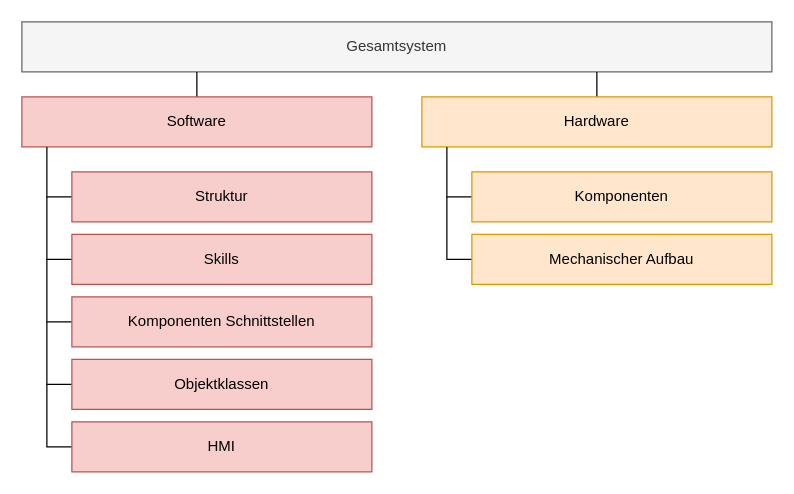
MrZabalu/MasterThesis keeps this draw.io diagram as 03_Planung/01_Arbeitspakete/Arbeitspakete.drawio. Above is the earlier version. Source tidied: cells renumbered, new cells numbered last; positions are measured from the earlier drawing's top-left corner, leaving out a move shared by most shapes. Both pictures are drawn from the tidied source at 125%, with x=0, y=0 at pixel (21, 21).
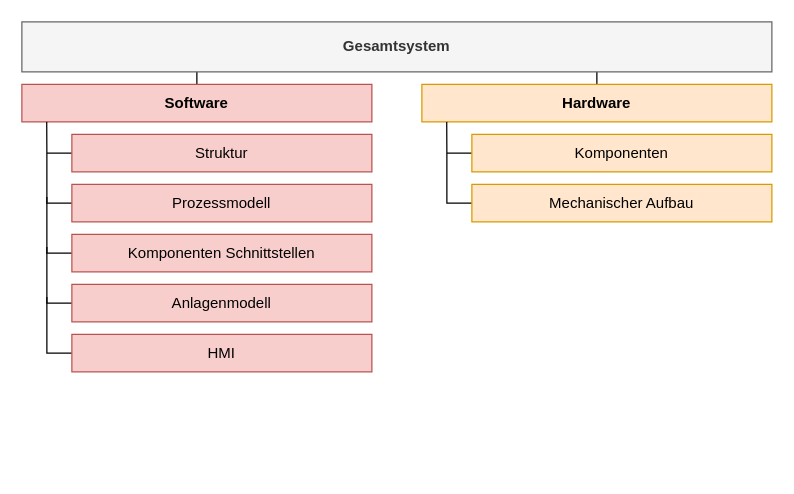
Above is the later version.

Change to the diagram source:
```diff
@@
-    <mxCell id="2" value="Gesamtsystem" style="rounded=0;whiteSpace=wrap;html=1;fillColor=#f5f5f5;fontColor=#333333;strokeColor=#666666;" parent="1" vertex="1">
-      <mxGeometry width="600" height="40" as="geometry" />
-    </mxCell>
@@
-    <mxCell id="4" value="Software" style="rounded=0;whiteSpace=wrap;html=1;fillColor=#f8cecc;strokeColor=#b85450;" parent="1" vertex="1">
-      <mxGeometry y="60" width="280" height="40" as="geometry" />
+    <mxCell id="4" value="Software" style="rounded=0;whiteSpace=wrap;html=1;fillColor=#f8cecc;strokeColor=#b85450;fontStyle=1;" parent="1" vertex="1">
+      <mxGeometry y="50" width="280" height="30" as="geometry" />
     </mxCell>
@@
-    <mxCell id="6" value="Hardware" style="rounded=0;whiteSpace=wrap;html=1;fillColor=#ffe6cc;strokeColor=#d79b00;" parent="1" vertex="1">
-      <mxGeometry x="320" y="60" width="280" height="40" as="geometry" />
+    <mxCell id="6" value="Hardware" style="rounded=0;whiteSpace=wrap;html=1;fillColor=#ffe6cc;strokeColor=#d79b00;fontStyle=1;" parent="1" vertex="1">
+      <mxGeometry x="320" y="50" width="280" height="30" as="geometry" />
     </mxCell>
-    <mxCell id="7" style="edgeStyle=orthogonalEdgeStyle;rounded=0;jettySize=auto;html=1;endArrow=none;endFill=0;" parent="1" edge="1" source="8">
-      <mxGeometry relative="1" as="geometry">
-        <mxPoint x="20" y="110" as="targetPoint" />
-      </mxGeometry>
-    </mxCell>
+    <mxCell id="21" style="edgeStyle=orthogonalEdgeStyle;rounded=0;jettySize=auto;html=1;endArrow=none;endFill=0;" parent="1" edge="1" source="8">
+      <mxGeometry relative="1" as="geometry">
+        <mxPoint x="20" y="105" as="targetPoint" />
+      </mxGeometry>
+    </mxCell>
     <mxCell id="8" value="Struktur" style="rounded=0;whiteSpace=wrap;html=1;fillColor=#f8cecc;strokeColor=#b85450;" parent="1" vertex="1">
-      <mxGeometry x="40" y="120" width="240" height="40" as="geometry" />
+      <mxGeometry x="40" y="90" width="240" height="30" as="geometry" />
     </mxCell>
-    <mxCell id="9" style="edgeStyle=orthogonalEdgeStyle;rounded=0;jettySize=auto;html=1;endArrow=none;endFill=0;" parent="1" edge="1" source="10">
-      <mxGeometry relative="1" as="geometry">
-        <mxPoint x="20" y="140" as="targetPoint" />
-      </mxGeometry>
-    </mxCell>
+    <mxCell id="22" style="edgeStyle=orthogonalEdgeStyle;rounded=0;jettySize=auto;html=1;endArrow=none;endFill=0;entryX=0.071;entryY=1;entryDx=0;entryDy=0;entryPerimeter=0;" parent="1" edge="1" source="10" target="4">
+      <mxGeometry relative="1" as="geometry">
+        <Array as="points">
+          <mxPoint x="20" y="145" />
+          <mxPoint x="20" y="105" />
+        </Array>
+      </mxGeometry>
+    </mxCell>
-    <mxCell id="10" value="Skills" style="rounded=0;whiteSpace=wrap;html=1;fillColor=#f8cecc;strokeColor=#b85450;" parent="1" vertex="1">
-      <mxGeometry x="40" y="170" width="240" height="40" as="geometry" />
+    <mxCell id="10" value="Prozessmodell" style="rounded=0;whiteSpace=wrap;html=1;fillColor=#f8cecc;strokeColor=#b85450;" parent="1" vertex="1">
+      <mxGeometry x="40" y="130" width="240" height="30" as="geometry" />
     </mxCell>
-    <mxCell id="11" style="edgeStyle=orthogonalEdgeStyle;rounded=0;jettySize=auto;html=1;endArrow=none;endFill=0;" parent="1" edge="1" source="12">
-      <mxGeometry relative="1" as="geometry">
-        <mxPoint x="20" y="190" as="targetPoint" />
-      </mxGeometry>
-    </mxCell>
+    <mxCell id="23" style="edgeStyle=orthogonalEdgeStyle;rounded=0;jettySize=auto;html=1;endArrow=none;endFill=0;" parent="1" edge="1" source="12">
+      <mxGeometry relative="1" as="geometry">
+        <mxPoint x="20" y="140" as="targetPoint" />
+      </mxGeometry>
+    </mxCell>
     <mxCell id="12" value="Komponenten Schnittstellen" style="rounded=0;whiteSpace=wrap;html=1;fillColor=#f8cecc;strokeColor=#b85450;" parent="1" vertex="1">
-      <mxGeometry x="40" y="220" width="240" height="40" as="geometry" />
+      <mxGeometry x="40" y="170" width="240" height="30" as="geometry" />
     </mxCell>
-    <mxCell id="13" style="edgeStyle=orthogonalEdgeStyle;rounded=0;jettySize=auto;html=1;endArrow=none;endFill=0;" parent="1" edge="1" source="14">
-      <mxGeometry relative="1" as="geometry">
-        <mxPoint x="20" y="240" as="targetPoint" />
-      </mxGeometry>
-    </mxCell>
+    <mxCell id="24" style="edgeStyle=orthogonalEdgeStyle;rounded=0;jettySize=auto;html=1;endArrow=none;endFill=0;" parent="1" edge="1" source="14">
+      <mxGeometry relative="1" as="geometry">
+        <mxPoint x="20" y="180" as="targetPoint" />
+      </mxGeometry>
+    </mxCell>
-    <mxCell id="14" value="Objektklassen" style="rounded=0;whiteSpace=wrap;html=1;fillColor=#f8cecc;strokeColor=#b85450;" parent="1" vertex="1">
-      <mxGeometry x="40" y="270" width="240" height="40" as="geometry" />
+    <mxCell id="14" value="Anlagenmodell" style="rounded=0;whiteSpace=wrap;html=1;fillColor=#f8cecc;strokeColor=#b85450;" parent="1" vertex="1">
+      <mxGeometry x="40" y="210" width="240" height="30" as="geometry" />
     </mxCell>
-    <mxCell id="15" style="edgeStyle=orthogonalEdgeStyle;rounded=0;jettySize=auto;html=1;endArrow=none;endFill=0;" parent="1" edge="1" source="16">
-      <mxGeometry relative="1" as="geometry">
-        <mxPoint x="20" y="290" as="targetPoint" />
-      </mxGeometry>
-    </mxCell>
+    <mxCell id="25" style="edgeStyle=orthogonalEdgeStyle;rounded=0;jettySize=auto;html=1;endArrow=none;endFill=0;" parent="1" edge="1" source="16">
+      <mxGeometry relative="1" as="geometry">
+        <mxPoint x="20" y="220" as="targetPoint" />
+      </mxGeometry>
+    </mxCell>
     <mxCell id="16" value="HMI" style="rounded=0;whiteSpace=wrap;html=1;fillColor=#f8cecc;strokeColor=#b85450;" parent="1" vertex="1">
-      <mxGeometry x="40" y="320" width="240" height="40" as="geometry" />
+      <mxGeometry x="40" y="250" width="240" height="30" as="geometry" />
     </mxCell>
-    <mxCell id="17" style="edgeStyle=orthogonalEdgeStyle;rounded=0;jettySize=auto;html=1;endArrow=none;endFill=0;" parent="1" edge="1" source="18">
-      <mxGeometry relative="1" as="geometry">
-        <mxPoint x="340" y="110" as="targetPoint" />
-      </mxGeometry>
-    </mxCell>
+    <mxCell id="26" style="edgeStyle=orthogonalEdgeStyle;rounded=0;jettySize=auto;html=1;endArrow=none;endFill=0;" parent="1" edge="1" source="18">
+      <mxGeometry relative="1" as="geometry">
+        <mxPoint x="340" y="105" as="targetPoint" />
+      </mxGeometry>
+    </mxCell>
     <mxCell id="18" value="Komponenten" style="rounded=0;whiteSpace=wrap;html=1;fillColor=#ffe6cc;strokeColor=#d79b00;" parent="1" vertex="1">
-      <mxGeometry x="360" y="120" width="240" height="40" as="geometry" />
+      <mxGeometry x="360" y="90" width="240" height="30" as="geometry" />
     </mxCell>
-    <mxCell id="19" style="edgeStyle=orthogonalEdgeStyle;rounded=0;jettySize=auto;html=1;endArrow=none;endFill=0;" parent="1" edge="1" source="20">
-      <mxGeometry relative="1" as="geometry">
-        <mxPoint x="340" y="140" as="targetPoint" />
-      </mxGeometry>
-    </mxCell>
+    <mxCell id="27" style="edgeStyle=orthogonalEdgeStyle;rounded=0;jettySize=auto;html=1;endArrow=none;endFill=0;entryX=0.071;entryY=1;entryDx=0;entryDy=0;entryPerimeter=0;" parent="1" edge="1" source="20" target="6">
+      <mxGeometry relative="1" as="geometry">
+        <Array as="points">
+          <mxPoint x="340" y="145" />
+          <mxPoint x="340" y="105" />
+        </Array>
+      </mxGeometry>
+    </mxCell>
     <mxCell id="20" value="Mechanischer Aufbau" style="rounded=0;whiteSpace=wrap;html=1;fillColor=#ffe6cc;strokeColor=#d79b00;" parent="1" vertex="1">
-      <mxGeometry x="360" y="170" width="240" height="40" as="geometry" />
+      <mxGeometry x="360" y="130" width="240" height="30" as="geometry" />
     </mxCell>
+    <mxCell id="2" value="Gesamtsystem" style="rounded=0;whiteSpace=wrap;html=1;fillColor=#f5f5f5;fontColor=#333333;strokeColor=#666666;fontStyle=1;" parent="1" vertex="1">
+      <mxGeometry width="600" height="40" as="geometry" />
+    </mxCell>
```
